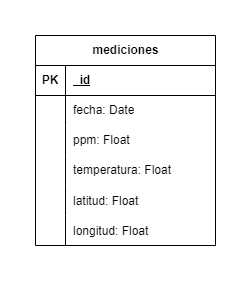
Above: doc/disenyoBBDD.png in HowsAir/server (draw.io), before the change. Source tidied: cells renumbered, new cells last; positions are measured from the earlier drawing's top-left corner, leaving out a move shared by most shapes.
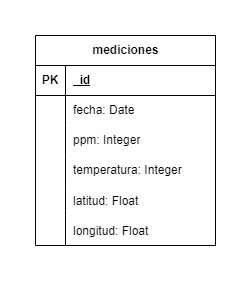
Later version of the same file.

Commit message:
Updated BBDD Design

Diff of the diagram source:
```diff
@@ -17,45 +17,45 @@
     <mxCell id="6" style="shape=tableRow;horizontal=0;startSize=0;swimlaneHead=0;swimlaneBody=0;fillColor=none;top=0;left=0;right=0;bottom=0;" parent="2" vertex="1">
       <mxGeometry y="60" width="180" height="30" as="geometry" />
     </mxCell>
-    <mxCell id="7" style="shape=partialRectangle;fillColor=none;top=0;left=0;bottom=0;right=0;overflow=hidden;whiteSpace=wrap;html=1;" parent="6" vertex="1">
-      <mxGeometry width="30" height="30" as="geometry" />
-    </mxCell>
+    <mxCell id="21" style="shape=partialRectangle;fillColor=none;top=0;left=0;bottom=0;right=0;overflow=hidden;whiteSpace=wrap;html=1;" parent="6" vertex="1">
+      <mxGeometry width="30" height="30" as="geometry" />
+    </mxCell>
     <mxCell id="8" value="fecha: Date" style="shape=partialRectangle;fillColor=none;top=0;left=0;bottom=0;right=0;align=left;spacingLeft=6;overflow=hidden;whiteSpace=wrap;html=1;" parent="6" vertex="1">
       <mxGeometry x="30" width="150" height="30" as="geometry" />
     </mxCell>
     <mxCell id="9" style="shape=tableRow;horizontal=0;startSize=0;swimlaneHead=0;swimlaneBody=0;fillColor=none;top=0;left=0;right=0;bottom=0;" parent="2" vertex="1">
       <mxGeometry y="90" width="180" height="30" as="geometry" />
     </mxCell>
-    <mxCell id="10" style="shape=partialRectangle;fillColor=none;top=0;left=0;bottom=0;right=0;overflow=hidden;whiteSpace=wrap;html=1;" parent="9" vertex="1">
-      <mxGeometry width="30" height="30" as="geometry" />
-    </mxCell>
-    <mxCell id="11" value="ppm: Float" style="shape=partialRectangle;fillColor=none;top=0;left=0;bottom=0;right=0;align=left;spacingLeft=6;overflow=hidden;whiteSpace=wrap;html=1;" parent="9" vertex="1">
-      <mxGeometry x="30" width="150" height="30" as="geometry" />
-    </mxCell>
+    <mxCell id="22" style="shape=partialRectangle;fillColor=none;top=0;left=0;bottom=0;right=0;overflow=hidden;whiteSpace=wrap;html=1;" parent="9" vertex="1">
+      <mxGeometry width="30" height="30" as="geometry" />
+    </mxCell>
+    <mxCell id="23" value="ppm: Integer" style="shape=partialRectangle;fillColor=none;top=0;left=0;bottom=0;right=0;align=left;spacingLeft=6;overflow=hidden;whiteSpace=wrap;html=1;" parent="9" vertex="1">
+      <mxGeometry x="30" width="150" height="30" as="geometry" />
+    </mxCell>
     <mxCell id="12" style="shape=tableRow;horizontal=0;startSize=0;swimlaneHead=0;swimlaneBody=0;fillColor=none;top=0;left=0;right=0;bottom=0;" parent="2" vertex="1">
       <mxGeometry y="120" width="180" height="30" as="geometry" />
     </mxCell>
-    <mxCell id="13" style="shape=partialRectangle;fillColor=none;top=0;left=0;bottom=0;right=0;overflow=hidden;whiteSpace=wrap;html=1;" parent="12" vertex="1">
-      <mxGeometry width="30" height="30" as="geometry" />
-    </mxCell>
-    <mxCell id="14" value="temperatura: Float" style="shape=partialRectangle;fillColor=none;top=0;left=0;bottom=0;right=0;align=left;spacingLeft=6;overflow=hidden;whiteSpace=wrap;html=1;" parent="12" vertex="1">
-      <mxGeometry x="30" width="150" height="30" as="geometry" />
-    </mxCell>
+    <mxCell id="24" style="shape=partialRectangle;fillColor=none;top=0;left=0;bottom=0;right=0;overflow=hidden;whiteSpace=wrap;html=1;" parent="12" vertex="1">
+      <mxGeometry width="30" height="30" as="geometry" />
+    </mxCell>
+    <mxCell id="25" value="temperatura: Integer" style="shape=partialRectangle;fillColor=none;top=0;left=0;bottom=0;right=0;align=left;spacingLeft=6;overflow=hidden;whiteSpace=wrap;html=1;" parent="12" vertex="1">
+      <mxGeometry x="30" width="150" height="30" as="geometry" />
+    </mxCell>
     <mxCell id="15" style="shape=tableRow;horizontal=0;startSize=0;swimlaneHead=0;swimlaneBody=0;fillColor=none;top=0;left=0;right=0;bottom=0;" parent="2" vertex="1">
       <mxGeometry y="150" width="180" height="30" as="geometry" />
     </mxCell>
-    <mxCell id="16" style="shape=partialRectangle;fillColor=none;top=0;left=0;bottom=0;right=0;overflow=hidden;" parent="15" vertex="1">
-      <mxGeometry width="30" height="30" as="geometry" />
-    </mxCell>
+    <mxCell id="26" style="shape=partialRectangle;fillColor=none;top=0;left=0;bottom=0;right=0;overflow=hidden;" parent="15" vertex="1">
+      <mxGeometry width="30" height="30" as="geometry" />
+    </mxCell>
     <mxCell id="17" value="latitud: Float" style="shape=partialRectangle;fillColor=none;top=0;left=0;bottom=0;right=0;align=left;spacingLeft=6;overflow=hidden;" parent="15" vertex="1">
       <mxGeometry x="30" width="150" height="30" as="geometry" />
     </mxCell>
     <mxCell id="18" style="shape=tableRow;horizontal=0;startSize=0;swimlaneHead=0;swimlaneBody=0;fillColor=none;top=0;left=0;right=0;bottom=0;" parent="2" vertex="1">
       <mxGeometry y="180" width="180" height="30" as="geometry" />
     </mxCell>
-    <mxCell id="19" style="shape=partialRectangle;fillColor=none;top=0;left=0;bottom=0;right=0;overflow=hidden;" parent="18" vertex="1">
-      <mxGeometry width="30" height="30" as="geometry" />
-    </mxCell>
+    <mxCell id="27" style="shape=partialRectangle;fillColor=none;top=0;left=0;bottom=0;right=0;overflow=hidden;" parent="18" vertex="1">
+      <mxGeometry width="30" height="30" as="geometry" />
+    </mxCell>
     <mxCell id="20" value="longitud: Float" style="shape=partialRectangle;fillColor=none;top=0;left=0;bottom=0;right=0;align=left;spacingLeft=6;overflow=hidden;" parent="18" vertex="1">
       <mxGeometry x="30" width="150" height="30" as="geometry" />
     </mxCell>
```
